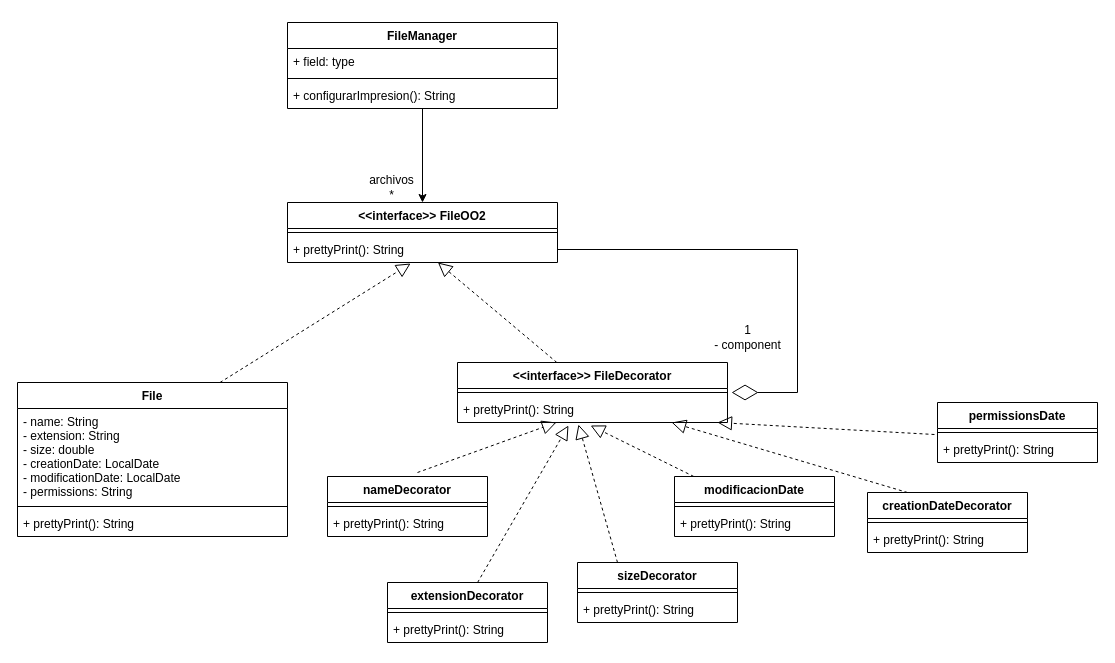
The draw.io diagram practica4_ejercicio2.drawio in ssofiaavila/OO2--Informatica-UNLP, before the edit. Source tidied: cells renumbered, new cells numbered last; positions are measured from the earlier drawing's top-left corner, leaving out a move shared by most shapes. Both pictures are drawn from the tidied source at 100%, with x=0, y=0 at pixel (17, 22).
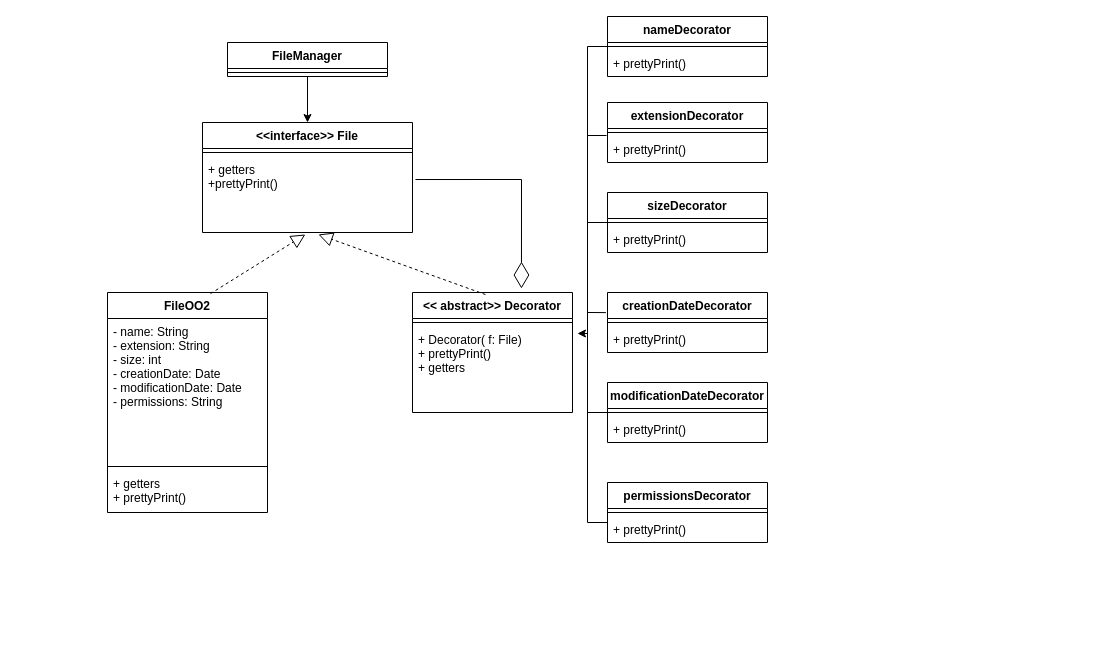
The same page after the edit.

The edit, as a diff of the source:
```diff
@@
-    <mxCell id="2" value="&lt;&lt;interface&gt;&gt; FileOO2" style="swimlane;fontStyle=1;align=center;verticalAlign=top;horizontal=1;startSize=26;" parent="1" vertex="1">
-      <mxGeometry x="270" y="180" width="270" height="60" as="geometry" />
-    </mxCell>
-    <mxCell id="3" style="line;strokeWidth=1;fillColor=none;align=left;verticalAlign=middle;spacingTop=-1;spacingLeft=3;spacingRight=3;labelPosition=right;" parent="2" vertex="1">
-      <mxGeometry y="26" width="270" height="8" as="geometry" />
-    </mxCell>
-    <mxCell id="4" value="+ prettyPrint(): String" style="text;strokeColor=none;fillColor=none;align=left;verticalAlign=top;spacingLeft=4;spacingRight=4;overflow=hidden;points=[[0,0.5],[1,0.5]];portConstraint=eastwest;" parent="2" vertex="1">
-      <mxGeometry y="34" width="270" height="26" as="geometry" />
-    </mxCell>
-    <mxCell id="5" style="edgeStyle=orthogonalEdgeStyle;rounded=0;jettySize=auto;html=1;" parent="1" edge="1" source="6" target="2">
-      <mxGeometry relative="1" as="geometry" />
-    </mxCell>
+    <mxCell id="46" style="edgeStyle=orthogonalEdgeStyle;rounded=0;jettySize=auto;html=1;" parent="1" edge="1" source="6" target="48">
+      <mxGeometry relative="1" as="geometry" />
+    </mxCell>
     <mxCell id="6" value="FileManager" style="swimlane;fontStyle=1;align=center;verticalAlign=top;horizontal=1;startSize=26;" parent="1" vertex="1">
-      <mxGeometry x="270" width="270" height="86" as="geometry" />
+      <mxGeometry x="210" y="20" width="160" height="34" as="geometry" />
     </mxCell>
-    <mxCell id="7" value="+ field: type" style="text;strokeColor=none;fillColor=none;align=left;verticalAlign=top;spacingLeft=4;spacingRight=4;overflow=hidden;" parent="6" vertex="1">
-      <mxGeometry y="26" width="270" height="26" as="geometry" />
-    </mxCell>
-    <mxCell id="8" style="line;strokeWidth=1;fillColor=none;align=left;verticalAlign=middle;spacingTop=-1;spacingLeft=3;spacingRight=3;labelPosition=right;" parent="6" vertex="1">
-      <mxGeometry y="52" width="270" height="8" as="geometry" />
-    </mxCell>
-    <mxCell id="9" value="+ configurarImpresion(): String" style="text;strokeColor=none;fillColor=none;align=left;verticalAlign=top;spacingLeft=4;spacingRight=4;overflow=hidden;" parent="6" vertex="1">
-      <mxGeometry y="60" width="270" height="26" as="geometry" />
-    </mxCell>
-    <mxCell id="10" value="File" style="swimlane;fontStyle=1;align=center;verticalAlign=top;horizontal=1;startSize=26;" parent="1" vertex="1">
-      <mxGeometry y="360" width="270" height="154" as="geometry" />
-    </mxCell>
-    <mxCell id="11" value="- name: String&#10;- extension: String&#10;- size: double&#10;- creationDate: LocalDate&#10;- modificationDate: LocalDate&#10;- permissions: String" style="text;strokeColor=none;fillColor=none;align=left;verticalAlign=top;spacingLeft=4;spacingRight=4;overflow=hidden;" parent="10" vertex="1">
-      <mxGeometry y="26" width="270" height="94" as="geometry" />
-    </mxCell>
-    <mxCell id="12" style="line;strokeWidth=1;fillColor=none;align=left;verticalAlign=middle;spacingTop=-1;spacingLeft=3;spacingRight=3;labelPosition=right;" parent="10" vertex="1">
-      <mxGeometry y="120" width="270" height="8" as="geometry" />
-    </mxCell>
-    <mxCell id="13" value="+ prettyPrint(): String" style="text;strokeColor=none;fillColor=none;align=left;verticalAlign=top;spacingLeft=4;spacingRight=4;overflow=hidden;" parent="10" vertex="1">
-      <mxGeometry y="128" width="270" height="26" as="geometry" />
-    </mxCell>
-    <mxCell id="14" style="endArrow=block;dashed=1;endFill=0;endSize=12;html=1;rounded=0;entryX=0.456;entryY=1.038;entryDx=0;entryDy=0;entryPerimeter=0;exitX=0.75;exitY=0;exitDx=0;exitDy=0;" parent="1" edge="1" source="10" target="4">
-      <mxGeometry relative="1" as="geometry" />
-    </mxCell>
-    <mxCell id="15" value="&lt;&lt;interface&gt;&gt; FileDecorator" style="swimlane;fontStyle=1;align=center;verticalAlign=top;horizontal=1;startSize=26;" parent="1" vertex="1">
-      <mxGeometry x="440" y="340" width="270" height="60" as="geometry" />
-    </mxCell>
-    <mxCell id="16" style="line;strokeWidth=1;fillColor=none;align=left;verticalAlign=middle;spacingTop=-1;spacingLeft=3;spacingRight=3;labelPosition=right;" parent="15" vertex="1">
-      <mxGeometry y="26" width="270" height="8" as="geometry" />
-    </mxCell>
-    <mxCell id="17" value="+ prettyPrint(): String" style="text;strokeColor=none;fillColor=none;align=left;verticalAlign=top;spacingLeft=4;spacingRight=4;overflow=hidden;points=[[0,0.5],[1,0.5]];portConstraint=eastwest;" parent="15" vertex="1">
-      <mxGeometry y="34" width="270" height="26" as="geometry" />
-    </mxCell>
-    <mxCell id="18" style="endArrow=block;dashed=1;endFill=0;endSize=12;html=1;rounded=0;" parent="1" edge="1" source="15" target="4">
-      <mxGeometry relative="1" as="geometry" />
-    </mxCell>
-    <mxCell id="19" style="endArrow=diamondThin;endFill=0;endSize=24;html=1;rounded=0;entryX=1.015;entryY=-0.154;entryDx=0;entryDy=0;entryPerimeter=0;exitX=1;exitY=0.5;exitDx=0;exitDy=0;" parent="1" edge="1" source="4" target="17">
-      <mxGeometry relative="1" as="geometry">
-        <Array as="points">
-          <mxPoint x="780" y="227" />
-          <mxPoint x="780" y="370" />
-        </Array>
-      </mxGeometry>
-    </mxCell>
-    <mxCell id="20" value="&amp;nbsp;1&amp;nbsp;&lt;br&gt;- component" style="text;html=1;align=center;verticalAlign=middle;strokeColor=none;fillColor=none;" parent="1" vertex="1">
-      <mxGeometry x="690" y="300" width="80" height="30" as="geometry" />
-    </mxCell>
-    <mxCell id="21" value="archivos&lt;br&gt;*" style="text;html=1;align=center;verticalAlign=middle;strokeColor=none;fillColor=none;" parent="1" vertex="1">
-      <mxGeometry x="344" y="150" width="60" height="30" as="geometry" />
-    </mxCell>
+    <mxCell id="47" style="line;strokeWidth=1;fillColor=none;align=left;verticalAlign=middle;spacingTop=-1;spacingLeft=3;spacingRight=3;labelPosition=right;" parent="6" vertex="1">
+      <mxGeometry y="26" width="160" height="8" as="geometry" />
+    </mxCell>
+    <mxCell id="48" value="&lt;&lt;interface&gt;&gt; File&#10;" style="swimlane;fontStyle=1;align=center;verticalAlign=top;horizontal=1;startSize=26;" parent="1" vertex="1">
+      <mxGeometry x="185" y="100" width="210" height="110" as="geometry" />
+    </mxCell>
+    <mxCell id="49" style="line;strokeWidth=1;fillColor=none;align=left;verticalAlign=middle;spacingTop=-1;spacingLeft=3;spacingRight=3;labelPosition=right;" parent="48" vertex="1">
+      <mxGeometry y="26" width="210" height="8" as="geometry" />
+    </mxCell>
+    <mxCell id="50" value="+ getters&#10;+prettyPrint()" style="text;strokeColor=none;fillColor=none;align=left;verticalAlign=top;spacingLeft=4;spacingRight=4;overflow=hidden;points=[[0,0.5],[1,0.5]];portConstraint=eastwest;" parent="48" vertex="1">
+      <mxGeometry y="34" width="210" height="76" as="geometry" />
+    </mxCell>
+    <mxCell id="51" value="FileOO2" style="swimlane;fontStyle=1;align=center;verticalAlign=top;horizontal=1;startSize=26;" parent="1" vertex="1">
+      <mxGeometry x="90" y="270" width="160" height="220" as="geometry" />
+    </mxCell>
+    <mxCell id="52" value="- name: String&#10;- extension: String&#10;- size: int&#10;- creationDate: Date&#10;- modificationDate: Date&#10;- permissions: String" style="text;strokeColor=none;fillColor=none;align=left;verticalAlign=top;spacingLeft=4;spacingRight=4;overflow=hidden;" parent="51" vertex="1">
+      <mxGeometry y="26" width="160" height="144" as="geometry" />
+    </mxCell>
+    <mxCell id="53" style="line;strokeWidth=1;fillColor=none;align=left;verticalAlign=middle;spacingTop=-1;spacingLeft=3;spacingRight=3;labelPosition=right;" parent="51" vertex="1">
+      <mxGeometry y="170" width="160" height="8" as="geometry" />
+    </mxCell>
+    <mxCell id="54" value="+ getters&#10;+ prettyPrint()" style="text;strokeColor=none;fillColor=none;align=left;verticalAlign=top;spacingLeft=4;spacingRight=4;overflow=hidden;" parent="51" vertex="1">
+      <mxGeometry y="178" width="160" height="42" as="geometry" />
+    </mxCell>
+    <mxCell id="55" style="endArrow=block;dashed=1;endFill=0;endSize=12;html=1;rounded=0;exitX=0.644;exitY=0.005;exitDx=0;exitDy=0;exitPerimeter=0;entryX=0.49;entryY=1.026;entryDx=0;entryDy=0;entryPerimeter=0;" parent="1" edge="1" source="51" target="50">
+      <mxGeometry relative="1" as="geometry" />
+    </mxCell>
+    <mxCell id="56" value="&lt;&lt; abstract&gt;&gt; Decorator" style="swimlane;fontStyle=1;align=center;verticalAlign=top;horizontal=1;startSize=26;" parent="1" vertex="1">
+      <mxGeometry x="395" y="270" width="160" height="120" as="geometry" />
+    </mxCell>
+    <mxCell id="57" style="line;strokeWidth=1;fillColor=none;align=left;verticalAlign=middle;spacingTop=-1;spacingLeft=3;spacingRight=3;labelPosition=right;" parent="56" vertex="1">
+      <mxGeometry y="26" width="160" height="8" as="geometry" />
+    </mxCell>
+    <mxCell id="58" value="+ Decorator( f: File)&#10;+ prettyPrint()&#10;+ getters" style="text;strokeColor=none;fillColor=none;align=left;verticalAlign=top;spacingLeft=4;spacingRight=4;overflow=hidden;points=[[0,0.5],[1,0.5]];portConstraint=eastwest;" parent="56" vertex="1">
+      <mxGeometry y="34" width="160" height="86" as="geometry" />
+    </mxCell>
+    <mxCell id="59" style="endArrow=block;dashed=1;endFill=0;endSize=12;html=1;rounded=0;exitX=0.456;exitY=0.017;exitDx=0;exitDy=0;exitPerimeter=0;entryX=0.552;entryY=1.026;entryDx=0;entryDy=0;entryPerimeter=0;" parent="1" edge="1" source="56" target="50">
+      <mxGeometry relative="1" as="geometry" />
+    </mxCell>
+    <mxCell id="60" style="endArrow=diamondThin;endFill=0;endSize=24;html=1;rounded=0;entryX=0.681;entryY=-0.033;entryDx=0;entryDy=0;entryPerimeter=0;exitX=1.014;exitY=0.303;exitDx=0;exitDy=0;exitPerimeter=0;" parent="1" edge="1" source="50" target="56">
+      <mxGeometry relative="1" as="geometry">
+        <Array as="points">
+          <mxPoint x="504" y="157" />
+        </Array>
+      </mxGeometry>
+    </mxCell>
+    <mxCell id="61" value="permissionsDecorator" style="swimlane;fontStyle=1;align=center;verticalAlign=top;horizontal=1;startSize=26;" parent="1" vertex="1">
+      <mxGeometry x="590" y="460" width="160" height="60" as="geometry" />
+    </mxCell>
+    <mxCell id="62" style="line;strokeWidth=1;fillColor=none;align=left;verticalAlign=middle;spacingTop=-1;spacingLeft=3;spacingRight=3;labelPosition=right;" parent="61" vertex="1">
+      <mxGeometry y="26" width="160" height="8" as="geometry" />
+    </mxCell>
+    <mxCell id="63" value="+ prettyPrint()" style="text;strokeColor=none;fillColor=none;align=left;verticalAlign=top;spacingLeft=4;spacingRight=4;overflow=hidden;points=[[0,0.5],[1,0.5]];portConstraint=eastwest;" parent="61" vertex="1">
+      <mxGeometry y="34" width="160" height="26" as="geometry" />
+    </mxCell>
+    <mxCell id="64" value="modificationDateDecorator" style="swimlane;fontStyle=1;align=center;verticalAlign=top;horizontal=1;startSize=26;" parent="1" vertex="1">
+      <mxGeometry x="590" y="360" width="160" height="60" as="geometry" />
+    </mxCell>
+    <mxCell id="65" style="line;strokeWidth=1;fillColor=none;align=left;verticalAlign=middle;spacingTop=-1;spacingLeft=3;spacingRight=3;labelPosition=right;points=[];portConstraint=eastwest;" parent="64" vertex="1">
+      <mxGeometry y="26" width="160" height="8" as="geometry" />
+    </mxCell>
+    <mxCell id="66" value="+ prettyPrint()" style="text;strokeColor=none;fillColor=none;align=left;verticalAlign=top;spacingLeft=4;spacingRight=4;overflow=hidden;" parent="64" vertex="1">
+      <mxGeometry y="34" width="160" height="26" as="geometry" />
+    </mxCell>
+    <mxCell id="31" value="creationDateDecorator" style="swimlane;fontStyle=1;align=center;verticalAlign=top;horizontal=1;startSize=26;" parent="1" vertex="1">
+      <mxGeometry x="590" y="270" width="160" height="60" as="geometry" />
+    </mxCell>
+    <mxCell id="67" style="line;strokeWidth=1;fillColor=none;align=left;verticalAlign=middle;spacingTop=-1;spacingLeft=3;spacingRight=3;labelPosition=right;" parent="31" vertex="1">
+      <mxGeometry y="26" width="160" height="8" as="geometry" />
+    </mxCell>
+    <mxCell id="68" value="+ prettyPrint()" style="text;strokeColor=none;fillColor=none;align=left;verticalAlign=top;spacingLeft=4;spacingRight=4;overflow=hidden;" parent="31" vertex="1">
+      <mxGeometry y="34" width="160" height="26" as="geometry" />
+    </mxCell>
+    <mxCell id="28" value="sizeDecorator" style="swimlane;fontStyle=1;align=center;verticalAlign=top;horizontal=1;startSize=26;" parent="1" vertex="1">
+      <mxGeometry x="590" y="170" width="160" height="60" as="geometry" />
+    </mxCell>
+    <mxCell id="69" style="line;strokeWidth=1;fillColor=none;align=left;verticalAlign=middle;spacingTop=-1;spacingLeft=3;spacingRight=3;labelPosition=right;" parent="28" vertex="1">
+      <mxGeometry y="26" width="160" height="8" as="geometry" />
+    </mxCell>
+    <mxCell id="70" value="+ prettyPrint()" style="text;strokeColor=none;fillColor=none;align=left;verticalAlign=top;spacingLeft=4;spacingRight=4;overflow=hidden;points=[[0,0.5],[1,0.5]];portConstraint=eastwest;" parent="28" vertex="1">
+      <mxGeometry y="34" width="160" height="26" as="geometry" />
+    </mxCell>
+    <mxCell id="25" value="extensionDecorator" style="swimlane;fontStyle=1;align=center;verticalAlign=top;horizontal=1;startSize=26;" parent="1" vertex="1">
+      <mxGeometry x="590" y="80" width="160" height="60" as="geometry" />
+    </mxCell>
+    <mxCell id="71" style="line;strokeWidth=1;fillColor=none;align=left;verticalAlign=middle;spacingTop=-1;spacingLeft=3;spacingRight=3;labelPosition=right;" parent="25" vertex="1">
+      <mxGeometry y="26" width="160" height="8" as="geometry" />
+    </mxCell>
+    <mxCell id="72" value="+ prettyPrint()" style="text;strokeColor=none;fillColor=none;align=left;verticalAlign=top;spacingLeft=4;spacingRight=4;overflow=hidden;points=[[0,0.5],[1,0.5]];portConstraint=eastwest;" parent="25" vertex="1">
+      <mxGeometry y="34" width="160" height="26" as="geometry" />
+    </mxCell>
     <mxCell id="22" value="nameDecorator" style="swimlane;fontStyle=1;align=center;verticalAlign=top;horizontal=1;startSize=26;" parent="1" vertex="1">
-      <mxGeometry x="310" y="454" width="160" height="60" as="geometry" />
+      <mxGeometry x="590" y="-6" width="160" height="60" as="geometry" />
     </mxCell>
-    <mxCell id="23" style="line;strokeWidth=1;fillColor=none;align=left;verticalAlign=middle;spacingTop=-1;spacingLeft=3;spacingRight=3;labelPosition=right;" parent="22" vertex="1">
-      <mxGeometry y="26" width="160" height="8" as="geometry" />
-    </mxCell>
-    <mxCell id="24" value="+ prettyPrint(): String" style="text;strokeColor=none;fillColor=none;align=left;verticalAlign=top;spacingLeft=4;spacingRight=4;overflow=hidden;" parent="22" vertex="1">
-      <mxGeometry y="34" width="160" height="26" as="geometry" />
-    </mxCell>
-    <mxCell id="25" value="extensionDecorator" style="swimlane;fontStyle=1;align=center;verticalAlign=top;horizontal=1;startSize=26;" parent="1" vertex="1">
-      <mxGeometry x="370" y="560" width="160" height="60" as="geometry" />
-    </mxCell>
-    <mxCell id="26" style="line;strokeWidth=1;fillColor=none;align=left;verticalAlign=middle;spacingTop=-1;spacingLeft=3;spacingRight=3;labelPosition=right;" parent="25" vertex="1">
-      <mxGeometry y="26" width="160" height="8" as="geometry" />
-    </mxCell>
-    <mxCell id="27" value="+ prettyPrint(): String" style="text;strokeColor=none;fillColor=none;align=left;verticalAlign=top;spacingLeft=4;spacingRight=4;overflow=hidden;" parent="25" vertex="1">
-      <mxGeometry y="34" width="160" height="26" as="geometry" />
-    </mxCell>
-    <mxCell id="28" value="sizeDecorator" style="swimlane;fontStyle=1;align=center;verticalAlign=top;horizontal=1;startSize=26;" parent="1" vertex="1">
-      <mxGeometry x="560" y="540" width="160" height="60" as="geometry" />
-    </mxCell>
-    <mxCell id="29" style="line;strokeWidth=1;fillColor=none;align=left;verticalAlign=middle;spacingTop=-1;spacingLeft=3;spacingRight=3;labelPosition=right;" parent="28" vertex="1">
-      <mxGeometry y="26" width="160" height="8" as="geometry" />
-    </mxCell>
-    <mxCell id="30" value="+ prettyPrint(): String" style="text;strokeColor=none;fillColor=none;align=left;verticalAlign=top;spacingLeft=4;spacingRight=4;overflow=hidden;" parent="28" vertex="1">
-      <mxGeometry y="34" width="160" height="26" as="geometry" />
-    </mxCell>
-    <mxCell id="31" value="creationDateDecorator" style="swimlane;fontStyle=1;align=center;verticalAlign=top;horizontal=1;startSize=26;" parent="1" vertex="1">
-      <mxGeometry x="850" y="470" width="160" height="60" as="geometry" />
-    </mxCell>
-    <mxCell id="32" style="line;strokeWidth=1;fillColor=none;align=left;verticalAlign=middle;spacingTop=-1;spacingLeft=3;spacingRight=3;labelPosition=right;" parent="31" vertex="1">
-      <mxGeometry y="26" width="160" height="8" as="geometry" />
-    </mxCell>
-    <mxCell id="33" value="+ prettyPrint(): String" style="text;strokeColor=none;fillColor=none;align=left;verticalAlign=top;spacingLeft=4;spacingRight=4;overflow=hidden;" parent="31" vertex="1">
-      <mxGeometry y="34" width="160" height="26" as="geometry" />
-    </mxCell>
-    <mxCell id="34" value="modificacionDate" style="swimlane;fontStyle=1;align=center;verticalAlign=top;horizontal=1;startSize=26;" parent="1" vertex="1">
-      <mxGeometry x="657" y="454" width="160" height="60" as="geometry" />
-    </mxCell>
-    <mxCell id="35" style="line;strokeWidth=1;fillColor=none;align=left;verticalAlign=middle;spacingTop=-1;spacingLeft=3;spacingRight=3;labelPosition=right;" parent="34" vertex="1">
-      <mxGeometry y="26" width="160" height="8" as="geometry" />
-    </mxCell>
-    <mxCell id="36" value="+ prettyPrint(): String" style="text;strokeColor=none;fillColor=none;align=left;verticalAlign=top;spacingLeft=4;spacingRight=4;overflow=hidden;" parent="34" vertex="1">
-      <mxGeometry y="34" width="160" height="26" as="geometry" />
-    </mxCell>
-    <mxCell id="37" value="permissionsDate" style="swimlane;fontStyle=1;align=center;verticalAlign=top;horizontal=1;startSize=26;" parent="1" vertex="1">
-      <mxGeometry x="920" y="380" width="160" height="60" as="geometry" />
-    </mxCell>
-    <mxCell id="38" style="line;strokeWidth=1;fillColor=none;align=left;verticalAlign=middle;spacingTop=-1;spacingLeft=3;spacingRight=3;labelPosition=right;" parent="37" vertex="1">
-      <mxGeometry y="26" width="160" height="8" as="geometry" />
-    </mxCell>
-    <mxCell id="39" value="+ prettyPrint(): String" style="text;strokeColor=none;fillColor=none;align=left;verticalAlign=top;spacingLeft=4;spacingRight=4;overflow=hidden;points=[[0,0.5],[1,0.5]];portConstraint=eastwest;" parent="37" vertex="1">
-      <mxGeometry y="34" width="160" height="26" as="geometry" />
-    </mxCell>
-    <mxCell id="40" style="endArrow=block;dashed=1;endFill=0;endSize=12;html=1;rounded=0;" parent="1" edge="1" target="17">
-      <mxGeometry relative="1" as="geometry">
-        <mxPoint x="400" y="450" as="sourcePoint" />
-      </mxGeometry>
-    </mxCell>
-    <mxCell id="41" style="endArrow=block;dashed=1;endFill=0;endSize=12;html=1;rounded=0;exitX=0.563;exitY=0;exitDx=0;exitDy=0;exitPerimeter=0;entryX=0.411;entryY=1.115;entryDx=0;entryDy=0;entryPerimeter=0;" parent="1" edge="1" source="25" target="17">
-      <mxGeometry relative="1" as="geometry" />
-    </mxCell>
-    <mxCell id="42" style="endArrow=block;dashed=1;endFill=0;endSize=12;html=1;rounded=0;exitX=0.25;exitY=0;exitDx=0;exitDy=0;entryX=0.448;entryY=1.077;entryDx=0;entryDy=0;entryPerimeter=0;" parent="1" edge="1" source="28" target="17">
-      <mxGeometry relative="1" as="geometry" />
-    </mxCell>
-    <mxCell id="43" style="endArrow=block;dashed=1;endFill=0;endSize=12;html=1;rounded=0;entryX=0.493;entryY=1.115;entryDx=0;entryDy=0;entryPerimeter=0;" parent="1" edge="1" source="34" target="17">
-      <mxGeometry relative="1" as="geometry" />
-    </mxCell>
-    <mxCell id="44" style="endArrow=block;dashed=1;endFill=0;endSize=12;html=1;rounded=0;entryX=0.793;entryY=1;entryDx=0;entryDy=0;entryPerimeter=0;exitX=0.25;exitY=0;exitDx=0;exitDy=0;" parent="1" edge="1" source="31" target="17">
-      <mxGeometry relative="1" as="geometry" />
-    </mxCell>
-    <mxCell id="45" style="endArrow=block;dashed=1;endFill=0;endSize=12;html=1;rounded=0;exitX=-0.019;exitY=-0.077;exitDx=0;exitDy=0;exitPerimeter=0;" parent="1" edge="1" source="39">
-      <mxGeometry relative="1" as="geometry">
-        <mxPoint x="700" y="400" as="targetPoint" />
-      </mxGeometry>
-    </mxCell>
+    <mxCell id="73" style="line;strokeWidth=1;fillColor=none;align=left;verticalAlign=middle;spacingTop=-1;spacingLeft=3;spacingRight=3;labelPosition=right;points=[];portConstraint=eastwest;" parent="22" vertex="1">
+      <mxGeometry y="26" width="160" height="8" as="geometry" />
+    </mxCell>
+    <mxCell id="74" value="+ prettyPrint()" style="text;strokeColor=none;fillColor=none;align=left;verticalAlign=top;spacingLeft=4;spacingRight=4;overflow=hidden;" parent="22" vertex="1">
+      <mxGeometry y="34" width="160" height="26" as="geometry" />
+    </mxCell>
+    <mxCell id="75" style="edgeStyle=orthogonalEdgeStyle;rounded=0;jettySize=auto;html=1;entryX=1.031;entryY=0.081;entryDx=0;entryDy=0;entryPerimeter=0;" parent="1" edge="1" source="73" target="58">
+      <mxGeometry relative="1" as="geometry">
+        <Array as="points">
+          <mxPoint x="570" y="24" />
+          <mxPoint x="570" y="311" />
+        </Array>
+      </mxGeometry>
+    </mxCell>
+    <mxCell id="76" style="endArrow=none;html=1;rounded=0;entryX=-0.006;entryY=-0.038;entryDx=0;entryDy=0;entryPerimeter=0;" parent="1" edge="1" target="72">
+      <mxGeometry relative="1" as="geometry">
+        <mxPoint x="570" y="113" as="sourcePoint" />
+      </mxGeometry>
+    </mxCell>
+    <mxCell id="77" style="endArrow=none;html=1;rounded=0;entryX=0;entryY=-0.154;entryDx=0;entryDy=0;entryPerimeter=0;" parent="1" edge="1" target="70">
+      <mxGeometry relative="1" as="geometry">
+        <mxPoint x="570" y="200" as="sourcePoint" />
+      </mxGeometry>
+    </mxCell>
+    <mxCell id="78" style="endArrow=none;html=1;rounded=0;entryX=-0.01;entryY=0.335;entryDx=0;entryDy=0;entryPerimeter=0;" parent="1" edge="1" target="31">
+      <mxGeometry relative="1" as="geometry">
+        <mxPoint x="570" y="290" as="sourcePoint" />
+      </mxGeometry>
+    </mxCell>
+    <mxCell id="79" style="endArrow=none;html=1;rounded=0;entryX=0;entryY=0.5;entryDx=0;entryDy=0;entryPerimeter=0;" parent="1" edge="1" target="65">
+      <mxGeometry relative="1" as="geometry">
+        <mxPoint x="570" y="300" as="sourcePoint" />
+        <Array as="points">
+          <mxPoint x="570" y="390" />
+        </Array>
+      </mxGeometry>
+    </mxCell>
+    <mxCell id="80" style="endArrow=none;html=1;rounded=0;entryX=0;entryY=0.231;entryDx=0;entryDy=0;entryPerimeter=0;" parent="1" edge="1" target="63">
+      <mxGeometry relative="1" as="geometry">
+        <mxPoint x="570" y="310" as="sourcePoint" />
+        <Array as="points">
+          <mxPoint x="570" y="380" />
+          <mxPoint x="570" y="500" />
+        </Array>
+      </mxGeometry>
+    </mxCell>
```
